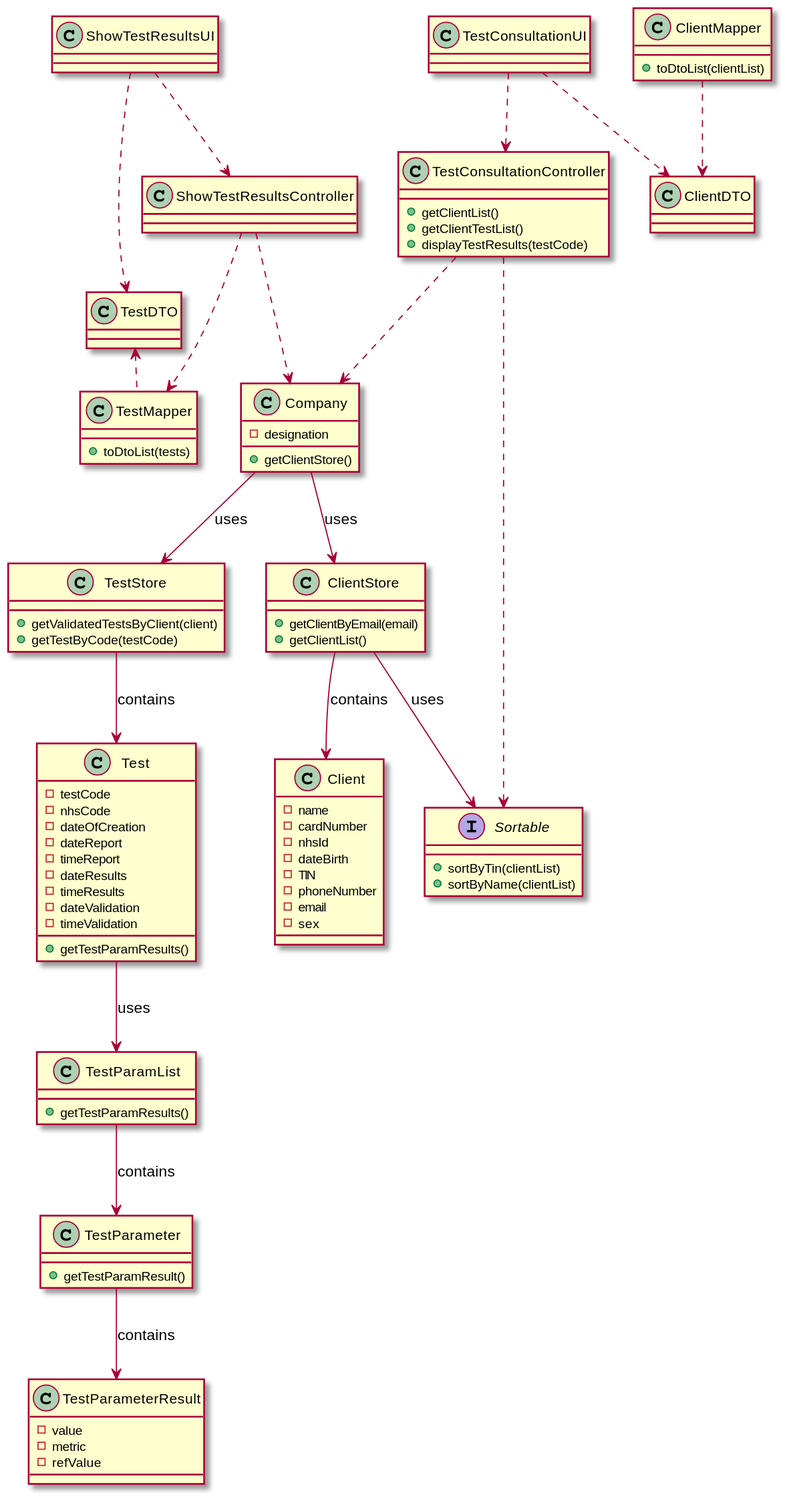
This is docs/SprintD/US13/US13_CD.svg from MadDinosaur/ISEP-LAPR2, a PlantUML export, as it was before one commit.
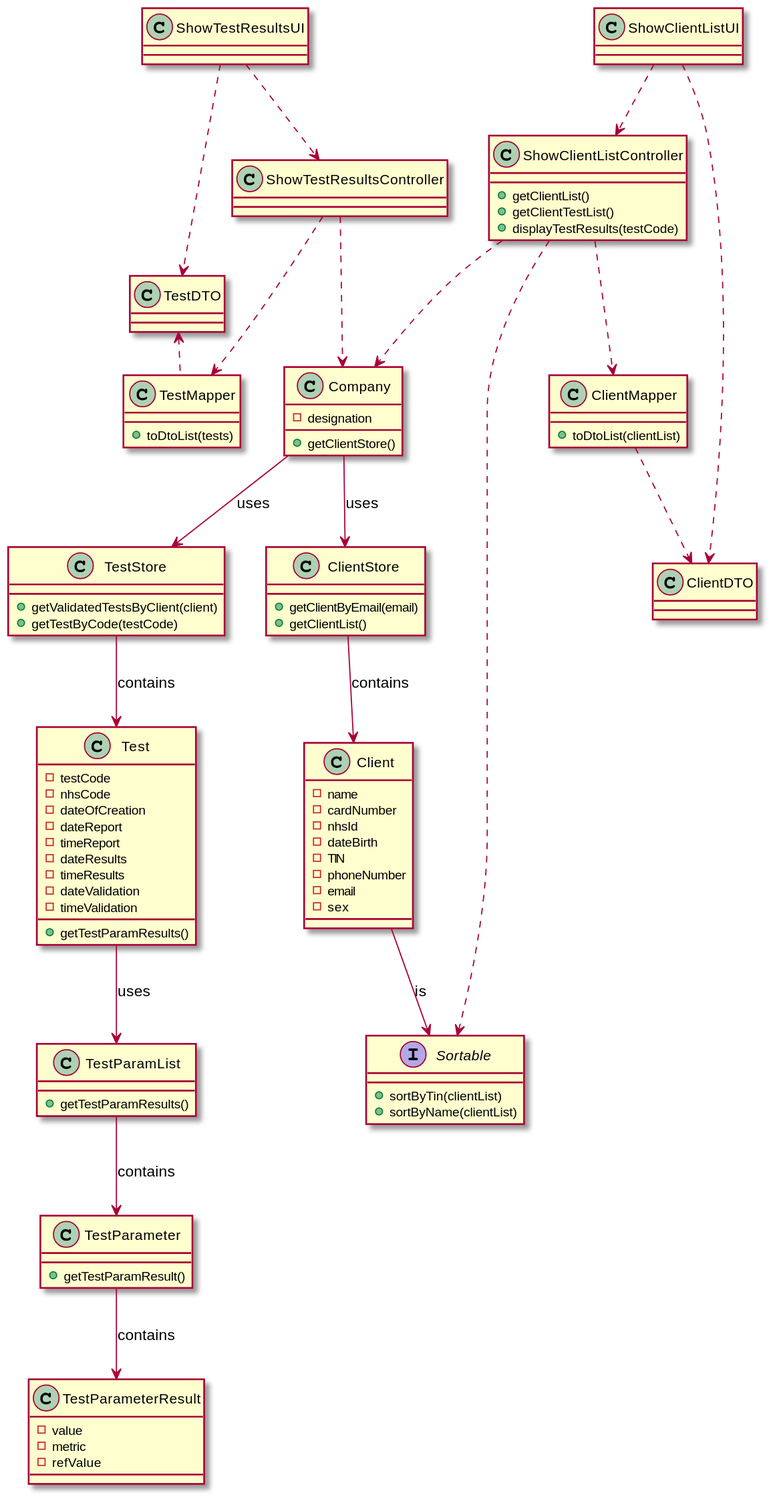
Above is the later version.

Diff of the diagram source:
```diff
@@ -1,8 +1,8 @@
 @startuml
 
-class TestConsultationUI
+class ShowClientListUI
 
-class TestConsultationController{
+class ShowClientListController{
 +getClientList()
 +getClientTestList()
 +displayTestResults(testCode)
@@ -83,13 +83,14 @@
 - refValue
 }
 
-TestConsultationUI ..> TestConsultationController
-TestConsultationController ..> Company
-TestConsultationController ..> Sortable
-ClientStore --> Sortable : uses
+ShowClientListUI ..> ShowClientListController
+ShowClientListController ..> Company
+ShowClientListController ..> Sortable
+ShowClientListController ..> ClientMapper
+Client --> Sortable : is
 ClientStore --> Client : contains
 ClientMapper ..> ClientDTO
-TestConsultationUI ..> ClientDTO
+ShowClientListUI ..> ClientDTO
 ShowTestResultsUI ..> ShowTestResultsController
 ShowTestResultsUI ..> TestDTO
 ShowTestResultsController ..> TestMapper
```
